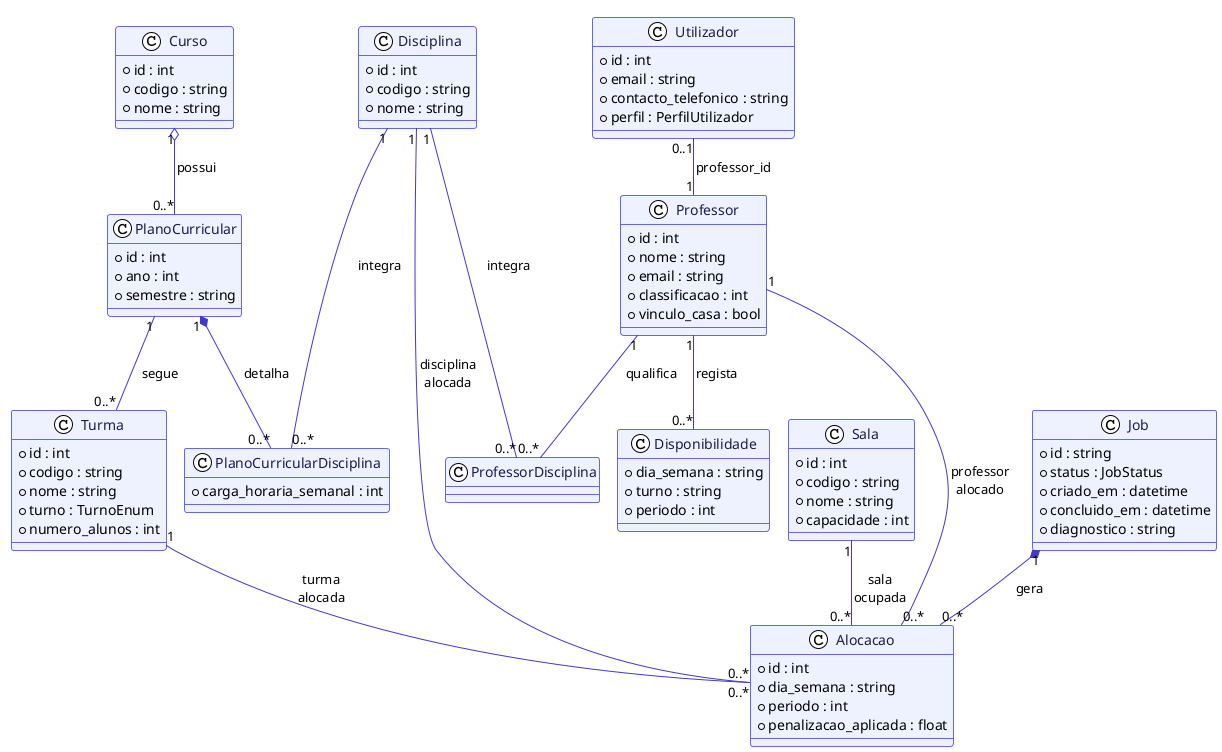
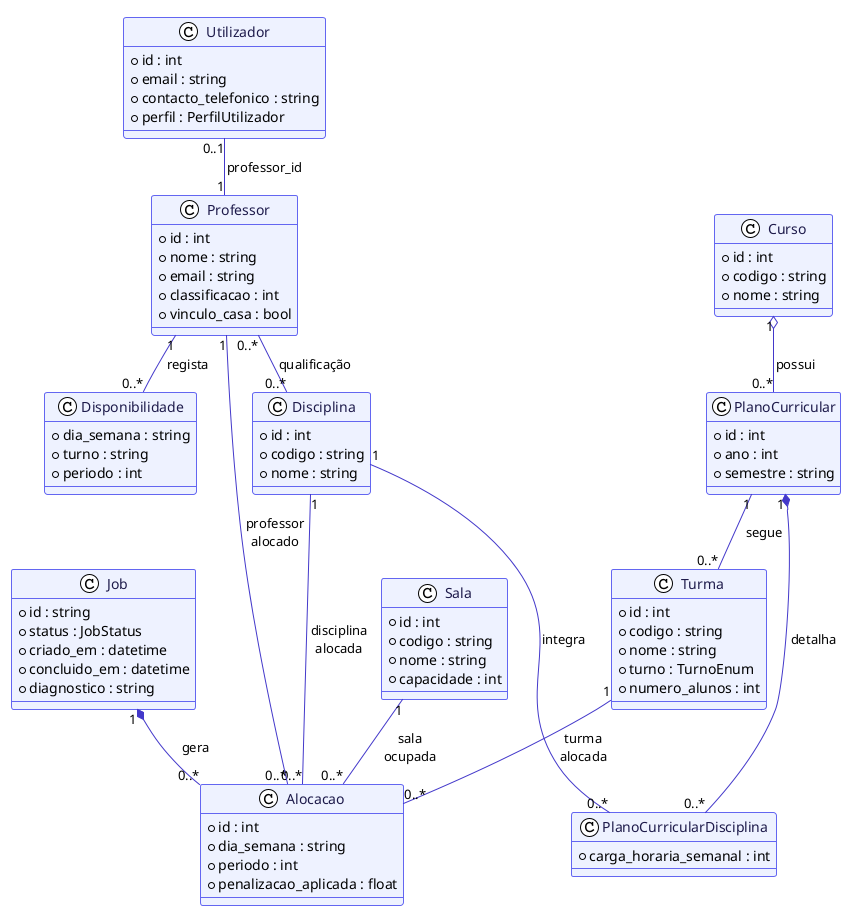
@startuml classes
!pragma layout smetana
!theme plain
skinparam backgroundColor white
skinparam class {
  BackgroundColor #EEF2FF
  BorderColor #6366F1
  FontColor #1E1B4B
  ArrowColor #4338CA
}

class Curso {
  +id : int
  +codigo : string
  +nome : string
}

class PlanoCurricular {
  +id : int
  +ano : int
  +semestre : string
}

class PlanoCurricularDisciplina {
  +carga_horaria_semanal : int
}

class Disciplina {
  +id : int
  +codigo : string
  +nome : string
}

class Turma {
  +id : int
  +codigo : string
  +nome : string
  +turno : TurnoEnum
  +numero_alunos : int
}

class Sala {
  +id : int
  +codigo : string
  +nome : string
  +capacidade : int
}

class Professor {
  +id : int
  +nome : string
  +email : string
  +classificacao : int
  +vinculo_casa : bool
}

- class ProfessorDisciplina
- 
class Disponibilidade {
  +dia_semana : string
  +turno : string
  +periodo : int
}

class Utilizador {
  +id : int
  +email : string
  +contacto_telefonico : string
  +perfil : PerfilUtilizador
}

class Job {
  +id : string
  +status : JobStatus
  +criado_em : datetime
  +concluido_em : datetime
  +diagnostico : string
}

class Alocacao {
  +id : int
  +dia_semana : string
  +periodo : int
  +penalizacao_aplicada : float
}

Curso "1" o-- "0..*" PlanoCurricular : possui
PlanoCurricular "1" *-- "0..*" PlanoCurricularDisciplina : detalha
Disciplina "1" --- "0..*" PlanoCurricularDisciplina : integra
PlanoCurricular "1" -- "0..*" Turma : segue

- Professor "1" -- "0..*" ProfessorDisciplina : qualifica
- Disciplina "1" --- "0..*" ProfessorDisciplina : integra
+ Professor "0..*" -- "0..*" Disciplina : qualificação
Professor "1" -- "0..*" Disponibilidade : regista
Utilizador "0..1" -- "1" Professor : professor_id

Job "1" *-- "0..*" Alocacao : gera
Turma "1" -- "0..*" Alocacao : turma\nalocada
Disciplina "1" --- "0..*" Alocacao : disciplina\nalocada
Professor "1" --- "0..*" Alocacao : professor\nalocado
Sala "1" -- "0..*" Alocacao : sala\nocupada

@enduml
